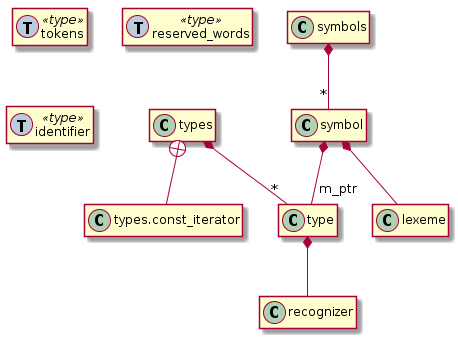
Above: code/interpreter/document/classes.png in rodrigocanellas/tenacitas (PlantUML), before the change.
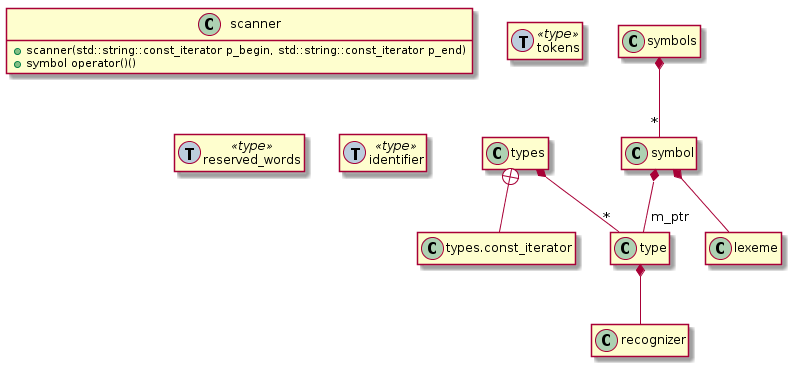
Above is the later version.

Commit message:
still on 'scanner'

Change to the diagram source:
```diff
@@ -9,7 +9,10 @@
 class symbol
 class symbols
 class recognizer
-
+class scanner {
+    + scanner(std::string::const_iterator p_begin, std::string::const_iterator p_end)
+    + symbol operator()()
+}
 type *-- recognizer
 
 types +--types.const_iterator
```
